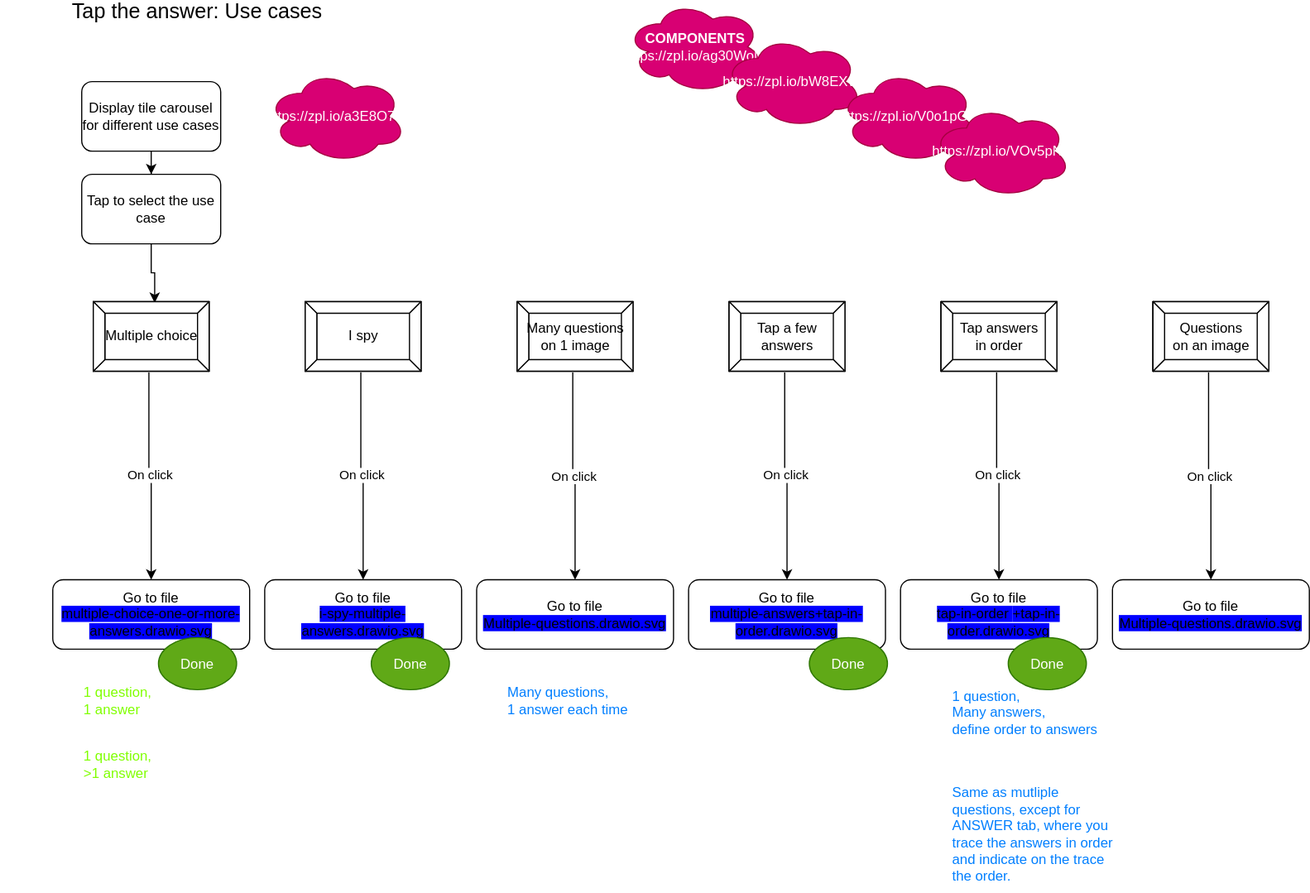
Above: modules/Tap the answer (Ask a question)/tap-the-answer-main.drawio.svg in ji-devs/ji-cloud-flowcharts (draw.io), before the change. Source tidied: cells renumbered, new cells last; positions are measured from the earlier drawing's top-left corner, leaving out a move shared by most shapes.
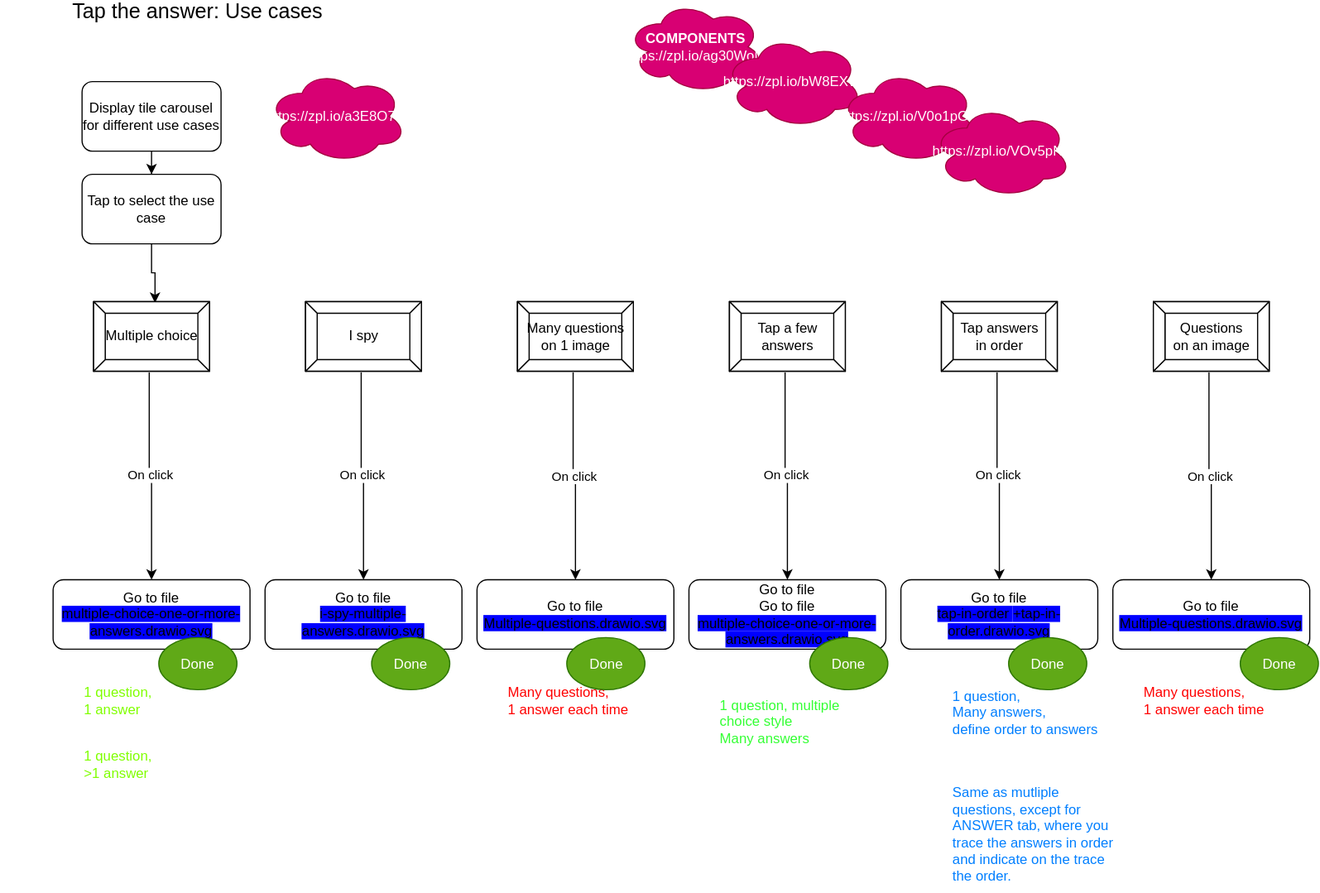
The same file after the commit.

Commit message:
Added flow for multiple questions, one answer per question

What changed in the source:
```diff
@@ -38,7 +38,7 @@
     <mxCell id="13" value="Tap a few &lt;br&gt;answers" style="labelPosition=center;verticalLabelPosition=middle;align=center;html=1;shape=mxgraph.basic.button;dx=10;" parent="12" vertex="1">
       <mxGeometry x="35" width="100" height="60" as="geometry" />
     </mxCell>
-    <mxCell id="14" value="Go to file &lt;br&gt;&lt;span style=&quot;background-color: rgb(0 , 0 , 255)&quot;&gt;multiple-answers+tap-in-order.drawio.svg&lt;/span&gt;" style="whiteSpace=wrap;html=1;rounded=1;" parent="12" vertex="1">
+    <mxCell id="14" value="Go to file &lt;br&gt;Go to file&lt;br&gt;&lt;span style=&quot;background-color: rgb(0 , 0 , 255)&quot;&gt;multiple-choice-one-or-more-answers.drawio.svg&lt;/span&gt;" style="whiteSpace=wrap;html=1;rounded=1;" parent="12" vertex="1">
       <mxGeometry y="240" width="170" height="60" as="geometry" />
     </mxCell>
     <mxCell id="15" value="On click" style="edgeStyle=orthogonalEdgeStyle;rounded=0;jettySize=auto;html=1;exitX=0.48;exitY=1.017;exitDx=0;exitDy=0;exitPerimeter=0;entryX=0.5;entryY=0;entryDx=0;entryDy=0;" parent="12" edge="1" source="13" target="14">
@@ -81,7 +81,7 @@
       <mxGeometry as="geometry" />
     </mxCell>
     <mxCell id="28" style="group;" parent="1" vertex="1">
-      <mxGeometry x="960" y="260" width="170" height="300" as="geometry" />
+      <mxGeometry x="960" y="260" width="177.5" height="335" as="geometry" />
     </mxCell>
     <mxCell id="29" value="Questions &lt;br&gt;on an image" style="labelPosition=center;verticalLabelPosition=middle;align=center;html=1;shape=mxgraph.basic.button;dx=10;" parent="28" vertex="1">
       <mxGeometry x="35" width="100" height="60" as="geometry" />
@@ -92,19 +92,22 @@
     <mxCell id="31" value="On click" style="edgeStyle=orthogonalEdgeStyle;rounded=0;jettySize=auto;html=1;exitX=0.48;exitY=1.017;exitDx=0;exitDy=0;exitPerimeter=0;entryX=0.5;entryY=0;entryDx=0;entryDy=0;" parent="28" edge="1" source="29" target="30">
       <mxGeometry as="geometry" />
     </mxCell>
+    <mxCell id="49" value="Done" style="ellipse;whiteSpace=wrap;html=1;fillColor=#60a917;strokeColor=#2D7600;fontColor=#ffffff;" parent="28" vertex="1">
+      <mxGeometry x="110" y="290" width="67.5" height="45" as="geometry" />
+    </mxCell>
     <mxCell id="32" value="1 question,&lt;br&gt;1 answer" style="text;html=1;strokeColor=none;fillColor=none;align=left;verticalAlign=middle;whiteSpace=wrap;rounded=0;fontColor=#80FF00;" parent="1" vertex="1">
       <mxGeometry x="70" y="595" width="120" height="20" as="geometry" />
     </mxCell>
-    <mxCell id="33" value="Many questions,&amp;nbsp; &lt;br&gt;1 answer each time" style="text;html=1;strokeColor=none;fillColor=none;align=left;verticalAlign=middle;whiteSpace=wrap;rounded=0;fontColor=#007FFF;" parent="1" vertex="1">
+    <mxCell id="33" value="Many questions,&amp;nbsp; &lt;br&gt;1 answer each time" style="text;html=1;strokeColor=none;fillColor=none;align=left;verticalAlign=middle;whiteSpace=wrap;rounded=0;fontColor=#FF0000;" parent="1" vertex="1">
       <mxGeometry x="436" y="595" width="120" height="20" as="geometry" />
     </mxCell>
-    <mxCell id="34" value="1 question,&amp;nbsp; &lt;br&gt;Many answers&amp;nbsp;" style="text;html=1;strokeColor=none;fillColor=none;align=left;verticalAlign=middle;whiteSpace=wrap;rounded=0;fontColor=#FFFFFF;" parent="1" vertex="1">
-      <mxGeometry x="619" y="595" width="120" height="20" as="geometry" />
+    <mxCell id="34" value="1 question, multiple choice style&lt;br&gt;Many answers&amp;nbsp;" style="text;html=1;strokeColor=none;fillColor=none;align=left;verticalAlign=middle;whiteSpace=wrap;rounded=0;fontColor=#33FF33;" parent="1" vertex="1">
+      <mxGeometry x="619" y="595" width="141" height="55" as="geometry" />
     </mxCell>
     <mxCell id="35" value="1 question,&amp;nbsp; &lt;br&gt;Many answers, &lt;br&gt;define order to answers&amp;nbsp;" style="text;html=1;strokeColor=none;fillColor=none;align=left;verticalAlign=middle;whiteSpace=wrap;rounded=0;fontColor=#007FFF;" parent="1" vertex="1">
       <mxGeometry x="820" y="595" width="150" height="40" as="geometry" />
     </mxCell>
-    <mxCell id="36" value="Many questions,&amp;nbsp; &lt;br&gt;1 answer each time" style="text;html=1;strokeColor=none;fillColor=none;align=left;verticalAlign=middle;whiteSpace=wrap;rounded=0;fontColor=#FFFFFF;" parent="1" vertex="1">
+    <mxCell id="36" value="Many questions,&amp;nbsp; &lt;br&gt;1 answer each time" style="text;html=1;strokeColor=none;fillColor=none;align=left;verticalAlign=middle;whiteSpace=wrap;rounded=0;fontColor=#FF0000;" parent="1" vertex="1">
       <mxGeometry x="985" y="595" width="120" height="20" as="geometry" />
     </mxCell>
     <mxCell id="37" value="Image-filled background.&lt;br&gt;1 question, &lt;br&gt;many answers" style="text;html=1;strokeColor=none;fillColor=none;align=left;verticalAlign=middle;whiteSpace=wrap;rounded=0;fontColor=#FFFFFF;" parent="1" vertex="1">
@@ -143,5 +146,8 @@
     <mxCell id="48" value="Done" style="ellipse;whiteSpace=wrap;html=1;fillColor=#60a917;strokeColor=#2D7600;fontColor=#ffffff;" parent="1" vertex="1">
       <mxGeometry x="320" y="550" width="67.5" height="45" as="geometry" />
     </mxCell>
+    <mxCell id="50" value="Done" style="ellipse;whiteSpace=wrap;html=1;fillColor=#60a917;strokeColor=#2D7600;fontColor=#ffffff;" parent="1" vertex="1">
+      <mxGeometry x="488.5" y="550" width="67.5" height="45" as="geometry" />
+    </mxCell>
   </root>
 </mxGraphModel>
```
